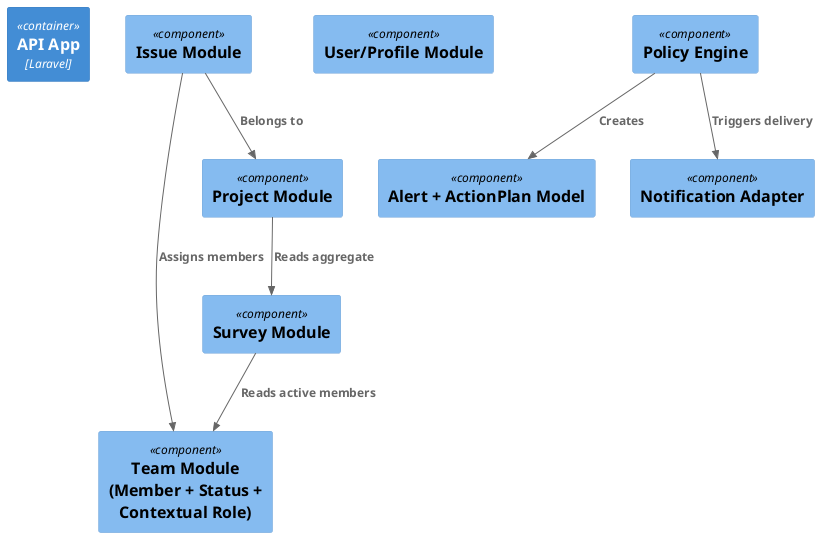
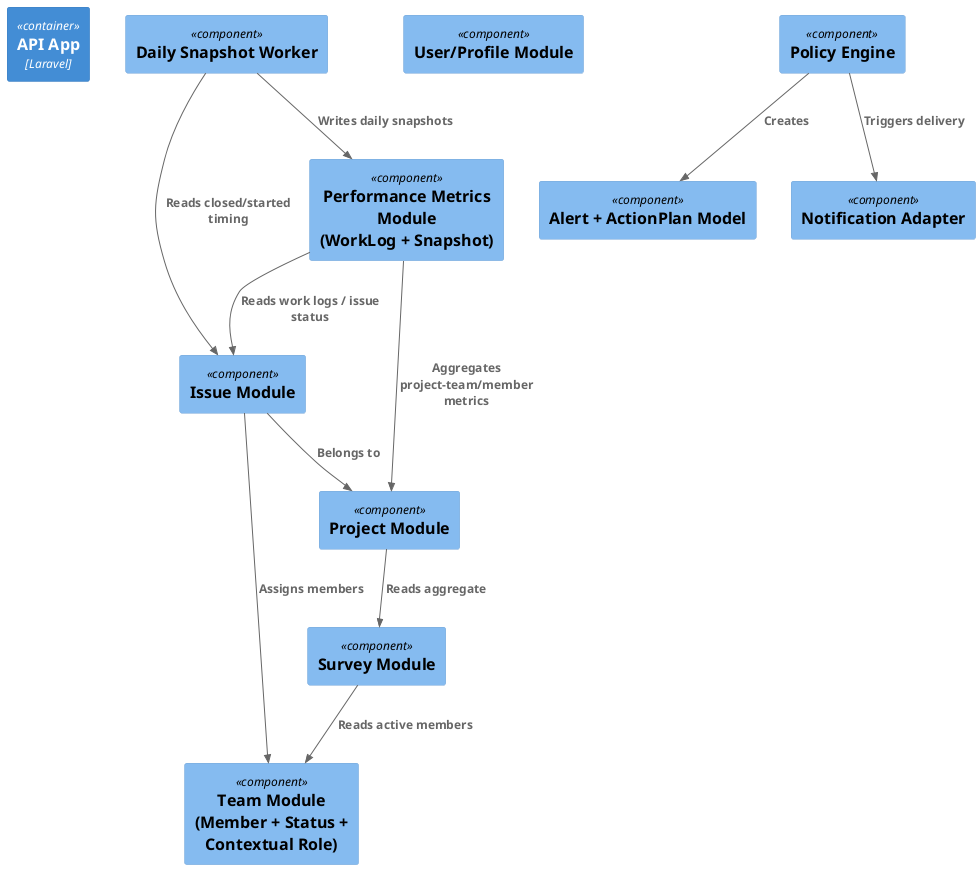
@startuml
!include <C4/C4_Component>

Container(api, "API App", "Laravel")

Component(team, "Team Module\n(Member + Status + Contextual Role)")
Component(survey, "Survey Module")
Component(project, "Project Module")
Component(issue, "Issue Module")
Component(user, "User/Profile Module")
+ Component(perf, "Performance Metrics Module\n(WorkLog + Snapshot)")

Component(policy, "Policy Engine")
Component(alert, "Alert + ActionPlan Model")
Component(notification, "Notification Adapter")
+ Component(snapshot, "Daily Snapshot Worker")

Rel(survey, team, "Reads active members")
Rel(issue, team, "Assigns members")
Rel(issue, project, "Belongs to")
Rel(project, survey, "Reads aggregate")
+ Rel(perf, issue, "Reads work logs / issue status")
+ Rel(perf, project, "Aggregates project-team/member metrics")
+ Rel(snapshot, perf, "Writes daily snapshots")
+ Rel(snapshot, issue, "Reads closed/started timing")

Rel(policy, alert, "Creates")
Rel(policy, notification, "Triggers delivery")

@enduml